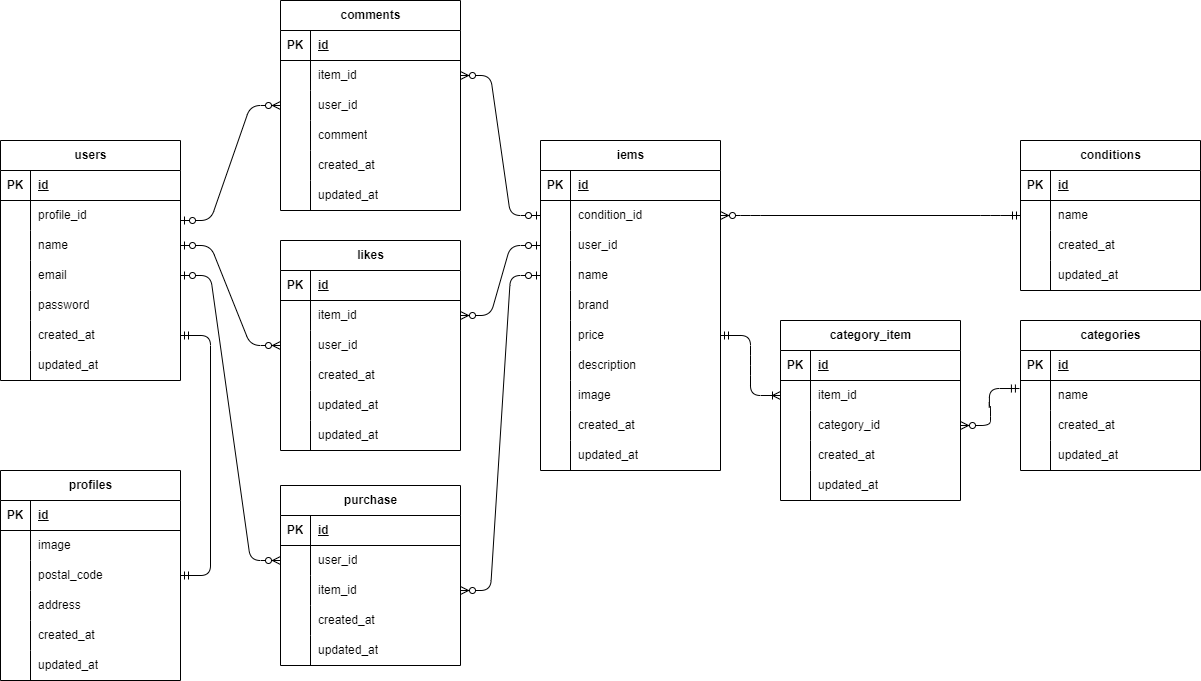
Before: er.png, a diagram exported from draw.io (s-kiso/flea-market). Source tidied: cells renumbered, new cells last; positions are measured from the earlier drawing's top-left corner, leaving out a move shared by most shapes.
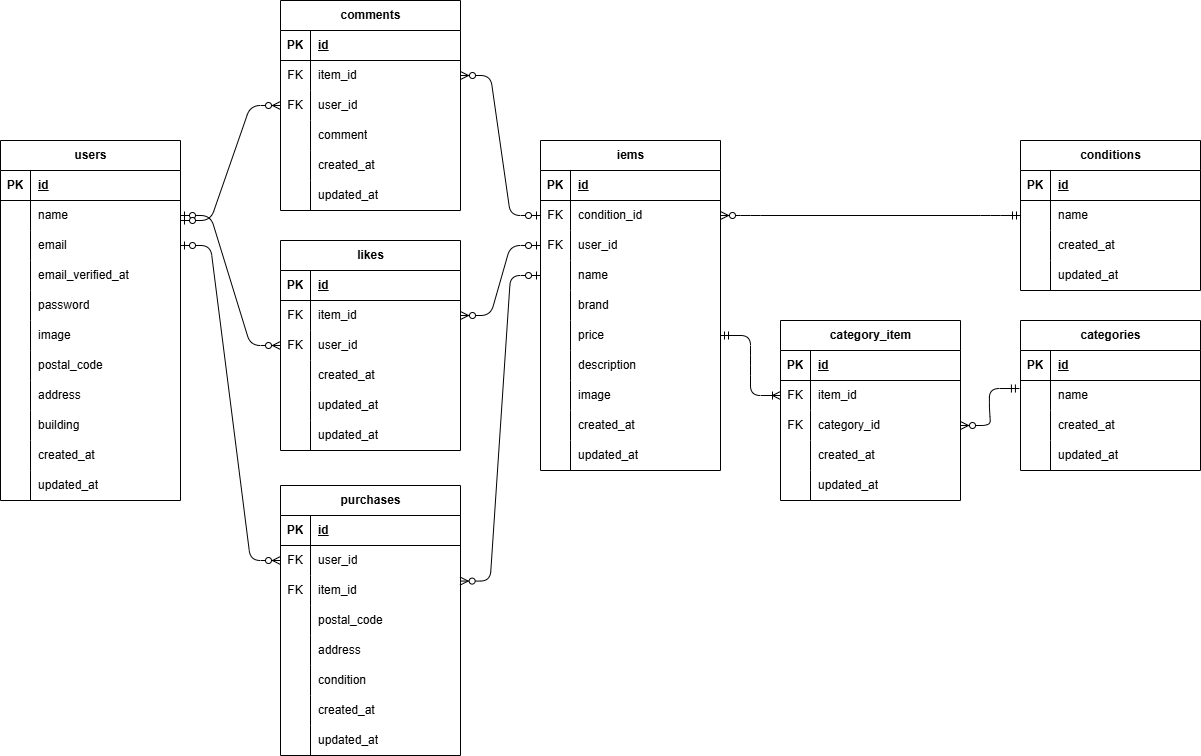
Above is the later version.

Diff of the diagram source:
```diff
@@ -19,3 +19,3 @@
     </mxCell>
-    <mxCell id="7" style="shape=partialRectangle;fillColor=none;top=0;left=0;bottom=0;right=0;overflow=hidden;whiteSpace=wrap;html=1;" parent="6" vertex="1">
+    <mxCell id="7" value="FK" style="shape=partialRectangle;fillColor=none;top=0;left=0;bottom=0;right=0;overflow=hidden;whiteSpace=wrap;html=1;" parent="6" vertex="1">
       <mxGeometry width="30" height="30" as="geometry" />
@@ -28,3 +28,3 @@
     </mxCell>
-    <mxCell id="10" style="shape=partialRectangle;fillColor=none;top=0;left=0;bottom=0;right=0;overflow=hidden;whiteSpace=wrap;html=1;" parent="9" vertex="1">
+    <mxCell id="10" value="FK" style="shape=partialRectangle;fillColor=none;top=0;left=0;bottom=0;right=0;overflow=hidden;whiteSpace=wrap;html=1;" parent="9" vertex="1">
       <mxGeometry width="30" height="30" as="geometry" />
@@ -190,3 +190,3 @@
     </mxCell>
-    <mxCell id="64" style="shape=partialRectangle;fillColor=none;top=0;left=0;bottom=0;right=0;overflow=hidden;whiteSpace=wrap;html=1;" parent="63" vertex="1">
+    <mxCell id="64" value="FK" style="shape=partialRectangle;fillColor=none;top=0;left=0;bottom=0;right=0;overflow=hidden;whiteSpace=wrap;html=1;" parent="63" vertex="1">
       <mxGeometry width="30" height="30" as="geometry" />
@@ -199,3 +199,3 @@
     </mxCell>
-    <mxCell id="67" style="shape=partialRectangle;fillColor=none;top=0;left=0;bottom=0;right=0;overflow=hidden;whiteSpace=wrap;html=1;" parent="66" vertex="1">
+    <mxCell id="67" value="FK" style="shape=partialRectangle;fillColor=none;top=0;left=0;bottom=0;right=0;overflow=hidden;whiteSpace=wrap;html=1;" parent="66" vertex="1">
       <mxGeometry width="30" height="30" as="geometry" />
@@ -224,3 +224,3 @@
     <mxCell id="75" value="users" style="shape=table;startSize=30;rowLines=0;fontStyle=1;align=center;html=1;" parent="1" vertex="1">
-      <mxGeometry y="140" width="180" height="240" as="geometry" />
+      <mxGeometry y="140" width="180" height="360" as="geometry" />
     </mxCell>
@@ -235,13 +235,4 @@
     </mxCell>
-    <mxCell id="79" style="shape=tableRow;horizontal=0;startSize=0;swimlaneHead=0;swimlaneBody=0;fillColor=none;top=0;left=0;right=0;bottom=0;" parent="75" vertex="1">
-      <mxGeometry y="60" width="180" height="30" as="geometry" />
-    </mxCell>
-    <mxCell id="80" style="shape=partialRectangle;fillColor=none;top=0;left=0;bottom=0;right=0;overflow=hidden;whiteSpace=wrap;html=1;" parent="79" vertex="1">
-      <mxGeometry width="30" height="30" as="geometry" />
-    </mxCell>
-    <mxCell id="81" value="profile_id" style="shape=partialRectangle;fillColor=none;top=0;left=0;bottom=0;right=0;align=left;spacingLeft=6;overflow=hidden;whiteSpace=wrap;html=1;" parent="79" vertex="1">
-      <mxGeometry x="30" width="150" height="30" as="geometry" />
-    </mxCell>
     <mxCell id="82" style="shape=tableRow;horizontal=0;startSize=0;swimlaneHead=0;swimlaneBody=0;fillColor=none;points=[[0,0.5],[1,0.5]];portConstraint=eastwest;top=0;left=0;right=0;bottom=0;" parent="75" vertex="1">
-      <mxGeometry y="90" width="180" height="30" as="geometry" />
+      <mxGeometry y="60" width="180" height="30" as="geometry" />
     </mxCell>
@@ -254,3 +245,3 @@
     <mxCell id="85" style="shape=tableRow;horizontal=0;startSize=0;swimlaneHead=0;swimlaneBody=0;fillColor=none;points=[[0,0.5],[1,0.5]];portConstraint=eastwest;top=0;left=0;right=0;bottom=0;" parent="75" vertex="1">
-      <mxGeometry y="120" width="180" height="30" as="geometry" />
+      <mxGeometry y="90" width="180" height="30" as="geometry" />
     </mxCell>
@@ -262,2 +253,11 @@
     </mxCell>
+    <mxCell id="180" style="shape=tableRow;horizontal=0;startSize=0;swimlaneHead=0;swimlaneBody=0;fillColor=none;top=0;left=0;right=0;bottom=0;" parent="75" vertex="1">
+      <mxGeometry y="120" width="180" height="30" as="geometry" />
+    </mxCell>
+    <mxCell id="181" style="shape=partialRectangle;fillColor=none;top=0;left=0;bottom=0;right=0;overflow=hidden;whiteSpace=wrap;html=1;" parent="180" vertex="1">
+      <mxGeometry width="30" height="30" as="geometry" />
+    </mxCell>
+    <mxCell id="182" value="email_verified_at" style="shape=partialRectangle;fillColor=none;top=0;left=0;bottom=0;right=0;align=left;spacingLeft=6;overflow=hidden;whiteSpace=wrap;html=1;" parent="180" vertex="1">
+      <mxGeometry x="30" width="150" height="30" as="geometry" />
+    </mxCell>
     <mxCell id="88" style="shape=tableRow;horizontal=0;startSize=0;swimlaneHead=0;swimlaneBody=0;fillColor=none;top=0;left=0;right=0;bottom=0;" parent="75" vertex="1">
@@ -271,4 +271,40 @@
     </mxCell>
+    <mxCell id="183" style="shape=tableRow;horizontal=0;startSize=0;swimlaneHead=0;swimlaneBody=0;fillColor=none;top=0;left=0;right=0;bottom=0;" parent="75" vertex="1">
+      <mxGeometry y="180" width="180" height="30" as="geometry" />
+    </mxCell>
+    <mxCell id="184" style="shape=partialRectangle;fillColor=none;top=0;left=0;bottom=0;right=0;overflow=hidden;whiteSpace=wrap;html=1;" parent="183" vertex="1">
+      <mxGeometry width="30" height="30" as="geometry" />
+    </mxCell>
+    <mxCell id="157" value="image" style="shape=partialRectangle;fillColor=none;top=0;left=0;bottom=0;right=0;align=left;spacingLeft=6;overflow=hidden;whiteSpace=wrap;html=1;" parent="183" vertex="1">
+      <mxGeometry x="30" width="150" height="30" as="geometry" />
+    </mxCell>
+    <mxCell id="185" style="shape=tableRow;horizontal=0;startSize=0;swimlaneHead=0;swimlaneBody=0;fillColor=none;top=0;left=0;right=0;bottom=0;" parent="75" vertex="1">
+      <mxGeometry y="210" width="180" height="30" as="geometry" />
+    </mxCell>
+    <mxCell id="186" style="shape=partialRectangle;fillColor=none;top=0;left=0;bottom=0;right=0;overflow=hidden;whiteSpace=wrap;html=1;" parent="185" vertex="1">
+      <mxGeometry width="30" height="30" as="geometry" />
+    </mxCell>
+    <mxCell id="187" value="postal_code" style="shape=partialRectangle;fillColor=none;top=0;left=0;bottom=0;right=0;align=left;spacingLeft=6;overflow=hidden;whiteSpace=wrap;html=1;" parent="185" vertex="1">
+      <mxGeometry x="30" width="150" height="30" as="geometry" />
+    </mxCell>
+    <mxCell id="188" style="shape=tableRow;horizontal=0;startSize=0;swimlaneHead=0;swimlaneBody=0;fillColor=none;top=0;left=0;right=0;bottom=0;" parent="75" vertex="1">
+      <mxGeometry y="240" width="180" height="30" as="geometry" />
+    </mxCell>
+    <mxCell id="189" style="shape=partialRectangle;fillColor=none;top=0;left=0;bottom=0;right=0;overflow=hidden;whiteSpace=wrap;html=1;" parent="188" vertex="1">
+      <mxGeometry width="30" height="30" as="geometry" />
+    </mxCell>
+    <mxCell id="190" value="address" style="shape=partialRectangle;fillColor=none;top=0;left=0;bottom=0;right=0;align=left;spacingLeft=6;overflow=hidden;whiteSpace=wrap;html=1;" parent="188" vertex="1">
+      <mxGeometry x="30" width="150" height="30" as="geometry" />
+    </mxCell>
+    <mxCell id="191" style="shape=tableRow;horizontal=0;startSize=0;swimlaneHead=0;swimlaneBody=0;fillColor=none;top=0;left=0;right=0;bottom=0;" parent="75" vertex="1">
+      <mxGeometry y="270" width="180" height="30" as="geometry" />
+    </mxCell>
+    <mxCell id="192" style="shape=partialRectangle;fillColor=none;top=0;left=0;bottom=0;right=0;overflow=hidden;whiteSpace=wrap;html=1;" parent="191" vertex="1">
+      <mxGeometry width="30" height="30" as="geometry" />
+    </mxCell>
+    <mxCell id="193" value="building" style="shape=partialRectangle;fillColor=none;top=0;left=0;bottom=0;right=0;align=left;spacingLeft=6;overflow=hidden;whiteSpace=wrap;html=1;" parent="191" vertex="1">
+      <mxGeometry x="30" width="150" height="30" as="geometry" />
+    </mxCell>
     <mxCell id="91" style="shape=tableRow;horizontal=0;startSize=0;swimlaneHead=0;swimlaneBody=0;fillColor=none;points=[[0,0.5],[1,0.5]];portConstraint=eastwest;top=0;left=0;right=0;bottom=0;" parent="75" vertex="1">
-      <mxGeometry y="180" width="180" height="30" as="geometry" />
+      <mxGeometry y="300" width="180" height="30" as="geometry" />
     </mxCell>
@@ -281,3 +317,3 @@
     <mxCell id="94" style="shape=tableRow;horizontal=0;startSize=0;swimlaneHead=0;swimlaneBody=0;fillColor=none;top=0;left=0;right=0;bottom=0;" parent="75" vertex="1">
-      <mxGeometry y="210" width="180" height="30" as="geometry" />
+      <mxGeometry y="330" width="180" height="30" as="geometry" />
     </mxCell>
@@ -304,3 +340,3 @@
     </mxCell>
-    <mxCell id="102" style="shape=partialRectangle;fillColor=none;top=0;left=0;bottom=0;right=0;overflow=hidden;whiteSpace=wrap;html=1;" parent="101" vertex="1">
+    <mxCell id="102" value="FK" style="shape=partialRectangle;fillColor=none;top=0;left=0;bottom=0;right=0;overflow=hidden;whiteSpace=wrap;html=1;" parent="101" vertex="1">
       <mxGeometry width="30" height="30" as="geometry" />
@@ -313,3 +349,3 @@
     </mxCell>
-    <mxCell id="105" style="shape=partialRectangle;fillColor=none;top=0;left=0;bottom=0;right=0;overflow=hidden;whiteSpace=wrap;html=1;" parent="104" vertex="1">
+    <mxCell id="105" value="FK" style="shape=partialRectangle;fillColor=none;top=0;left=0;bottom=0;right=0;overflow=hidden;whiteSpace=wrap;html=1;" parent="104" vertex="1">
       <mxGeometry width="30" height="30" as="geometry" />
@@ -361,3 +397,3 @@
     </mxCell>
-    <mxCell id="121" style="shape=partialRectangle;fillColor=none;top=0;left=0;bottom=0;right=0;overflow=hidden;whiteSpace=wrap;html=1;" parent="120" vertex="1">
+    <mxCell id="121" value="FK" style="shape=partialRectangle;fillColor=none;top=0;left=0;bottom=0;right=0;overflow=hidden;whiteSpace=wrap;html=1;" parent="120" vertex="1">
       <mxGeometry width="30" height="30" as="geometry" />
@@ -370,3 +406,3 @@
     </mxCell>
-    <mxCell id="124" style="shape=partialRectangle;fillColor=none;top=0;left=0;bottom=0;right=0;overflow=hidden;whiteSpace=wrap;html=1;" parent="123" vertex="1">
+    <mxCell id="124" value="FK" style="shape=partialRectangle;fillColor=none;top=0;left=0;bottom=0;right=0;overflow=hidden;whiteSpace=wrap;html=1;" parent="123" vertex="1">
       <mxGeometry width="30" height="30" as="geometry" />
@@ -403,4 +439,4 @@
     </mxCell>
-    <mxCell id="135" value="purchase" style="shape=table;startSize=30;rowLines=0;fontStyle=1;align=center;html=1;" parent="1" vertex="1">
-      <mxGeometry x="280" y="485" width="180" height="180" as="geometry" />
+    <mxCell id="135" value="purchases" style="shape=table;startSize=30;rowLines=0;fontStyle=1;align=center;html=1;" parent="1" vertex="1">
+      <mxGeometry x="280" y="485" width="180" height="270" as="geometry" />
     </mxCell>
@@ -418,3 +454,3 @@
     </mxCell>
-    <mxCell id="140" style="shape=partialRectangle;fillColor=none;top=0;left=0;bottom=0;right=0;overflow=hidden;whiteSpace=wrap;html=1;" parent="139" vertex="1">
+    <mxCell id="140" value="FK" style="shape=partialRectangle;fillColor=none;top=0;left=0;bottom=0;right=0;overflow=hidden;whiteSpace=wrap;html=1;" parent="139" vertex="1">
       <mxGeometry width="30" height="30" as="geometry" />
@@ -427,3 +463,3 @@
     </mxCell>
-    <mxCell id="143" style="shape=partialRectangle;fillColor=none;top=0;left=0;bottom=0;right=0;overflow=hidden;whiteSpace=wrap;html=1;" parent="142" vertex="1">
+    <mxCell id="143" value="FK" style="shape=partialRectangle;fillColor=none;top=0;left=0;bottom=0;right=0;overflow=hidden;whiteSpace=wrap;html=1;" parent="142" vertex="1">
       <mxGeometry width="30" height="30" as="geometry" />
@@ -433,4 +469,31 @@
     </mxCell>
+    <mxCell id="194" style="shape=tableRow;horizontal=0;startSize=0;swimlaneHead=0;swimlaneBody=0;fillColor=none;top=0;left=0;right=0;bottom=0;" parent="135" vertex="1">
+      <mxGeometry y="120" width="180" height="30" as="geometry" />
+    </mxCell>
+    <mxCell id="195" style="shape=partialRectangle;fillColor=none;top=0;left=0;bottom=0;right=0;overflow=hidden;whiteSpace=wrap;html=1;" parent="194" vertex="1">
+      <mxGeometry width="30" height="30" as="geometry" />
+    </mxCell>
+    <mxCell id="196" value="postal_code" style="shape=partialRectangle;fillColor=none;top=0;left=0;bottom=0;right=0;align=left;spacingLeft=6;overflow=hidden;whiteSpace=wrap;html=1;" parent="194" vertex="1">
+      <mxGeometry x="30" width="150" height="30" as="geometry" />
+    </mxCell>
+    <mxCell id="164" style="shape=tableRow;horizontal=0;startSize=0;swimlaneHead=0;swimlaneBody=0;fillColor=none;top=0;left=0;right=0;bottom=0;" parent="135" vertex="1">
+      <mxGeometry y="150" width="180" height="30" as="geometry" />
+    </mxCell>
+    <mxCell id="197" style="shape=partialRectangle;fillColor=none;top=0;left=0;bottom=0;right=0;overflow=hidden;whiteSpace=wrap;html=1;" parent="164" vertex="1">
+      <mxGeometry width="30" height="30" as="geometry" />
+    </mxCell>
+    <mxCell id="198" value="address" style="shape=partialRectangle;fillColor=none;top=0;left=0;bottom=0;right=0;align=left;spacingLeft=6;overflow=hidden;whiteSpace=wrap;html=1;" parent="164" vertex="1">
+      <mxGeometry x="30" width="150" height="30" as="geometry" />
+    </mxCell>
+    <mxCell id="199" style="shape=tableRow;horizontal=0;startSize=0;swimlaneHead=0;swimlaneBody=0;fillColor=none;top=0;left=0;right=0;bottom=0;" parent="135" vertex="1">
+      <mxGeometry y="180" width="180" height="30" as="geometry" />
+    </mxCell>
+    <mxCell id="200" style="shape=partialRectangle;fillColor=none;top=0;left=0;bottom=0;right=0;overflow=hidden;whiteSpace=wrap;html=1;" parent="199" vertex="1">
+      <mxGeometry width="30" height="30" as="geometry" />
+    </mxCell>
+    <mxCell id="201" value="condition" style="shape=partialRectangle;fillColor=none;top=0;left=0;bottom=0;right=0;align=left;spacingLeft=6;overflow=hidden;whiteSpace=wrap;html=1;" parent="199" vertex="1">
+      <mxGeometry x="30" width="150" height="30" as="geometry" />
+    </mxCell>
     <mxCell id="145" style="shape=tableRow;horizontal=0;startSize=0;swimlaneHead=0;swimlaneBody=0;fillColor=none;top=0;left=0;right=0;bottom=0;" parent="135" vertex="1">
-      <mxGeometry y="120" width="180" height="30" as="geometry" />
+      <mxGeometry y="210" width="180" height="30" as="geometry" />
     </mxCell>
@@ -443,3 +506,3 @@
     <mxCell id="148" style="shape=tableRow;horizontal=0;startSize=0;swimlaneHead=0;swimlaneBody=0;fillColor=none;top=0;left=0;right=0;bottom=0;" parent="135" vertex="1">
-      <mxGeometry y="150" width="180" height="30" as="geometry" />
+      <mxGeometry y="240" width="180" height="30" as="geometry" />
     </mxCell>
@@ -451,59 +514,2 @@
     </mxCell>
-    <mxCell id="151" value="profiles" style="shape=table;startSize=30;rowLines=0;fontStyle=1;align=center;html=1;" parent="1" vertex="1">
-      <mxGeometry y="470" width="180" height="210" as="geometry" />
-    </mxCell>
-    <mxCell id="152" style="shape=tableRow;horizontal=0;startSize=0;swimlaneHead=0;swimlaneBody=0;fillColor=none;top=0;left=0;right=0;bottom=1;" parent="151" vertex="1">
-      <mxGeometry y="30" width="180" height="30" as="geometry" />
-    </mxCell>
-    <mxCell id="153" value="PK" style="shape=partialRectangle;fillColor=none;top=0;left=0;bottom=0;right=0;fontStyle=1;overflow=hidden;whiteSpace=wrap;html=1;" parent="152" vertex="1">
-      <mxGeometry width="30" height="30" as="geometry" />
-    </mxCell>
-    <mxCell id="154" value="id" style="shape=partialRectangle;fillColor=none;top=0;left=0;bottom=0;right=0;align=left;spacingLeft=6;fontStyle=5;overflow=hidden;whiteSpace=wrap;html=1;" parent="152" vertex="1">
-      <mxGeometry x="30" width="150" height="30" as="geometry" />
-    </mxCell>
-    <mxCell id="155" style="shape=tableRow;horizontal=0;startSize=0;swimlaneHead=0;swimlaneBody=0;fillColor=none;top=0;left=0;right=0;bottom=0;" parent="151" vertex="1">
-      <mxGeometry y="60" width="180" height="30" as="geometry" />
-    </mxCell>
-    <mxCell id="156" style="shape=partialRectangle;fillColor=none;top=0;left=0;bottom=0;right=0;overflow=hidden;whiteSpace=wrap;html=1;" parent="155" vertex="1">
-      <mxGeometry width="30" height="30" as="geometry" />
-    </mxCell>
-    <mxCell id="157" value="image" style="shape=partialRectangle;fillColor=none;top=0;left=0;bottom=0;right=0;align=left;spacingLeft=6;overflow=hidden;whiteSpace=wrap;html=1;" parent="155" vertex="1">
-      <mxGeometry x="30" width="150" height="30" as="geometry" />
-    </mxCell>
-    <mxCell id="158" style="shape=tableRow;horizontal=0;startSize=0;swimlaneHead=0;swimlaneBody=0;fillColor=none;points=[[0,0.5],[1,0.5]];portConstraint=eastwest;top=0;left=0;right=0;bottom=0;" parent="151" vertex="1">
-      <mxGeometry y="90" width="180" height="30" as="geometry" />
-    </mxCell>
-    <mxCell id="159" style="shape=partialRectangle;fillColor=none;top=0;left=0;bottom=0;right=0;overflow=hidden;whiteSpace=wrap;html=1;" parent="158" vertex="1">
-      <mxGeometry width="30" height="30" as="geometry" />
-    </mxCell>
-    <mxCell id="160" value="postal_code" style="shape=partialRectangle;fillColor=none;top=0;left=0;bottom=0;right=0;align=left;spacingLeft=6;overflow=hidden;whiteSpace=wrap;html=1;" parent="158" vertex="1">
-      <mxGeometry x="30" width="150" height="30" as="geometry" />
-    </mxCell>
-    <mxCell id="161" style="shape=tableRow;horizontal=0;startSize=0;swimlaneHead=0;swimlaneBody=0;fillColor=none;top=0;left=0;right=0;bottom=0;" parent="151" vertex="1">
-      <mxGeometry y="120" width="180" height="30" as="geometry" />
-    </mxCell>
-    <mxCell id="162" style="shape=partialRectangle;fillColor=none;top=0;left=0;bottom=0;right=0;overflow=hidden;whiteSpace=wrap;html=1;" parent="161" vertex="1">
-      <mxGeometry width="30" height="30" as="geometry" />
-    </mxCell>
-    <mxCell id="163" value="address" style="shape=partialRectangle;fillColor=none;top=0;left=0;bottom=0;right=0;align=left;spacingLeft=6;overflow=hidden;whiteSpace=wrap;html=1;" parent="161" vertex="1">
-      <mxGeometry x="30" width="150" height="30" as="geometry" />
-    </mxCell>
-    <mxCell id="164" style="shape=tableRow;horizontal=0;startSize=0;swimlaneHead=0;swimlaneBody=0;fillColor=none;top=0;left=0;right=0;bottom=0;" parent="151" vertex="1">
-      <mxGeometry y="150" width="180" height="30" as="geometry" />
-    </mxCell>
-    <mxCell id="165" style="shape=partialRectangle;fillColor=none;top=0;left=0;bottom=0;right=0;overflow=hidden;whiteSpace=wrap;html=1;" parent="164" vertex="1">
-      <mxGeometry width="30" height="30" as="geometry" />
-    </mxCell>
-    <mxCell id="166" value="created_at" style="shape=partialRectangle;fillColor=none;top=0;left=0;bottom=0;right=0;align=left;spacingLeft=6;overflow=hidden;whiteSpace=wrap;html=1;" parent="164" vertex="1">
-      <mxGeometry x="30" width="150" height="30" as="geometry" />
-    </mxCell>
-    <mxCell id="167" style="shape=tableRow;horizontal=0;startSize=0;swimlaneHead=0;swimlaneBody=0;fillColor=none;top=0;left=0;right=0;bottom=0;" parent="151" vertex="1">
-      <mxGeometry y="180" width="180" height="30" as="geometry" />
-    </mxCell>
-    <mxCell id="168" style="shape=partialRectangle;fillColor=none;top=0;left=0;bottom=0;right=0;overflow=hidden;whiteSpace=wrap;html=1;" parent="167" vertex="1">
-      <mxGeometry width="30" height="30" as="geometry" />
-    </mxCell>
-    <mxCell id="169" value="updated_at" style="shape=partialRectangle;fillColor=none;top=0;left=0;bottom=0;right=0;align=left;spacingLeft=6;overflow=hidden;whiteSpace=wrap;html=1;" parent="167" vertex="1">
-      <mxGeometry x="30" width="150" height="30" as="geometry" />
-    </mxCell>
     <mxCell id="170" style="edgeStyle=entityRelationEdgeStyle;fontSize=12;html=1;endArrow=ERoneToMany;startArrow=ERmandOne;exitX=1;exitY=0.5;exitDx=0;exitDy=0;entryX=0;entryY=0.5;entryDx=0;entryDy=0;" parent="1" edge="1" source="18" target="63">
@@ -531,11 +537,8 @@
     </mxCell>
+    <mxCell id="178" style="edgeStyle=entityRelationEdgeStyle;fontSize=12;html=1;endArrow=ERzeroToMany;startArrow=ERzeroToOne;exitX=1;exitY=0.5;exitDx=0;exitDy=0;entryX=0;entryY=0.5;entryDx=0;entryDy=0;" parent="1" edge="1" source="85" target="139">
+      <mxGeometry relative="1" as="geometry" />
+    </mxCell>
-    <mxCell id="177" style="edgeStyle=entityRelationEdgeStyle;fontSize=12;html=1;endArrow=ERzeroToMany;startArrow=ERzeroToOne;exitX=0;exitY=0.5;exitDx=0;exitDy=0;entryX=1;entryY=0.5;entryDx=0;entryDy=0;" parent="1" edge="1" source="12" target="142">
+    <mxCell id="177" style="edgeStyle=entityRelationEdgeStyle;fontSize=12;html=1;endArrow=ERzeroToMany;startArrow=ERzeroToOne;exitX=0;exitY=0.5;exitDx=0;exitDy=0;entryX=0.998;entryY=0.186;entryDx=0;entryDy=0;entryPerimeter=0;" parent="1" edge="1" source="12" target="142">
       <mxGeometry relative="1" as="geometry" />
     </mxCell>
-    <mxCell id="178" style="edgeStyle=entityRelationEdgeStyle;fontSize=12;html=1;endArrow=ERzeroToMany;startArrow=ERzeroToOne;exitX=1;exitY=0.5;exitDx=0;exitDy=0;entryX=0;entryY=0.5;entryDx=0;entryDy=0;" parent="1" edge="1" source="85" target="139">
-      <mxGeometry relative="1" as="geometry" />
-    </mxCell>
-    <mxCell id="179" style="edgeStyle=entityRelationEdgeStyle;fontSize=12;html=1;endArrow=ERmandOne;startArrow=ERmandOne;entryX=1;entryY=0.5;entryDx=0;entryDy=0;exitX=1;exitY=0.5;exitDx=0;exitDy=0;" parent="1" edge="1" source="91" target="158">
-      <mxGeometry relative="1" as="geometry" />
-    </mxCell>
   </root>
```
